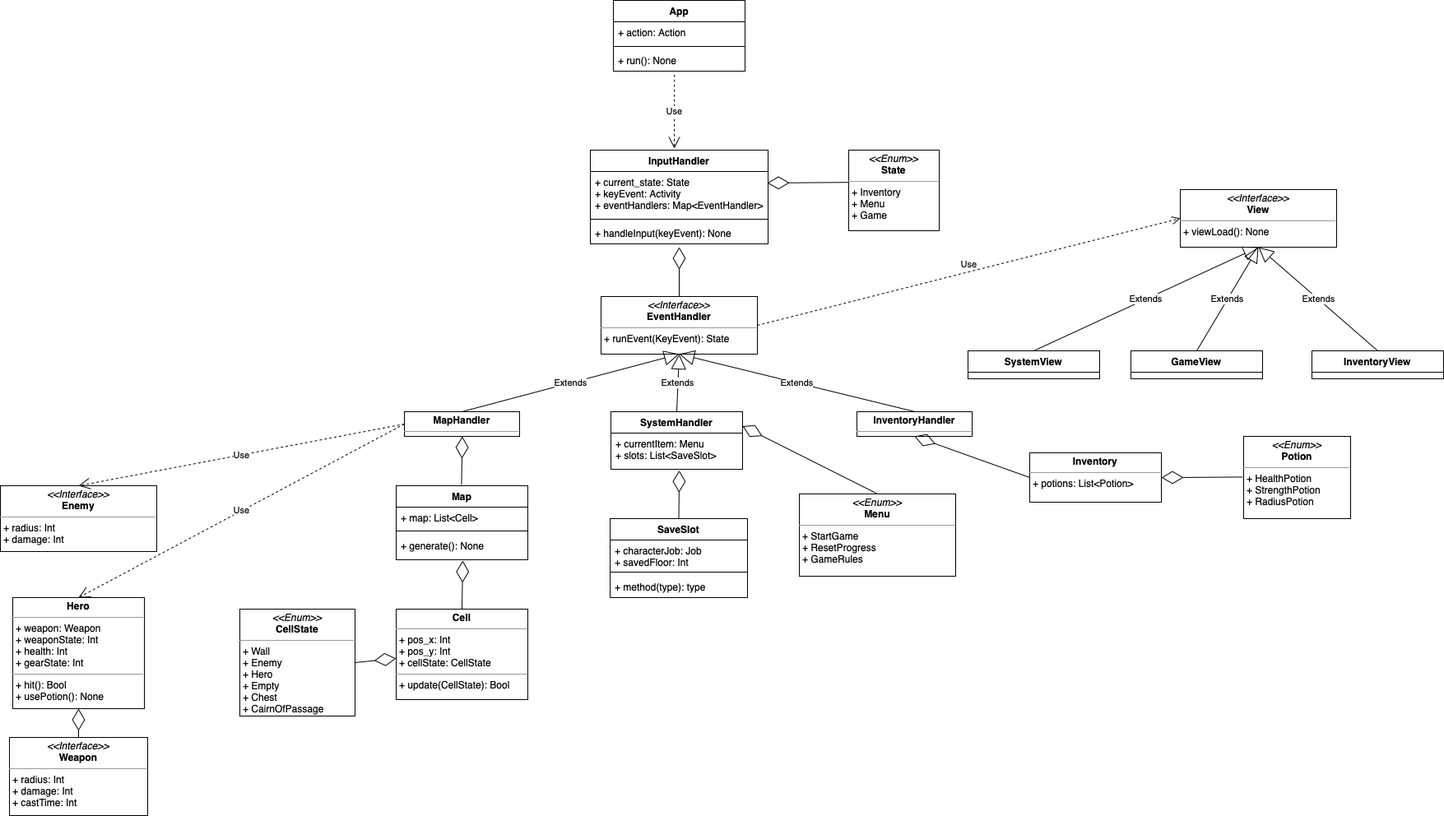
eshelukhina/HSE2022-RogueLike keeps this draw.io diagram as resources/classes.png. Above is the earlier version. Source tidied: cells renumbered, new cells last; positions are measured from the earlier drawing's top-left corner, leaving out a move shared by most shapes.
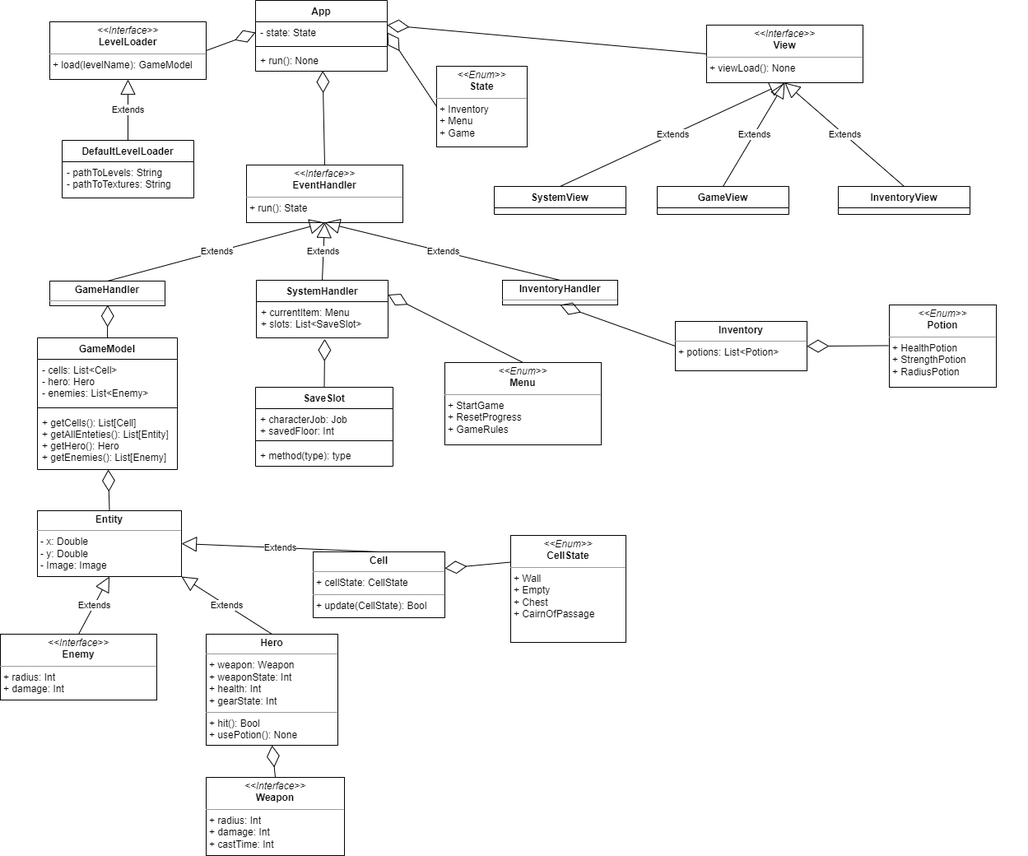
The same diagram one commit later.

Diff of the diagram source:
```diff
@@ -5,5 +5,5 @@
     <mxCell id="2" value="App" style="swimlane;fontStyle=1;align=center;verticalAlign=top;horizontal=1;startSize=26;" parent="1" vertex="1">
-      <mxGeometry x="745" width="160" height="86" as="geometry" />
+      <mxGeometry x="741" y="160" width="160" height="86" as="geometry" />
     </mxCell>
-    <mxCell id="3" value="+ action: Action" style="text;strokeColor=none;fillColor=none;align=left;verticalAlign=top;spacingLeft=4;spacingRight=4;overflow=hidden;points=[[0,0.5],[1,0.5]];portConstraint=eastwest;" parent="2" vertex="1">
+    <mxCell id="3" value="- state: State" style="text;strokeColor=none;fillColor=none;align=left;verticalAlign=top;spacingLeft=4;spacingRight=4;overflow=hidden;points=[[0,0.5],[1,0.5]];portConstraint=eastwest;" parent="2" vertex="1">
       <mxGeometry y="26" width="160" height="26" as="geometry" />
@@ -16,18 +16,6 @@
     </mxCell>
-    <mxCell id="6" value="InputHandler" style="swimlane;fontStyle=1;align=center;verticalAlign=top;horizontal=1;startSize=26;" parent="1" vertex="1">
-      <mxGeometry x="717" y="182" width="216" height="114" as="geometry" />
-    </mxCell>
-    <mxCell id="7" value="+ current_state: State&#10;+ keyEvent: Activity&#10;+ eventHandlers: Map&lt;EventHandler&gt;&#10;&#10;" style="text;strokeColor=none;fillColor=none;align=left;verticalAlign=top;spacingLeft=4;spacingRight=4;overflow=hidden;points=[[0,0.5],[1,0.5]];portConstraint=eastwest;" parent="6" vertex="1">
-      <mxGeometry y="26" width="216" height="54" as="geometry" />
-    </mxCell>
-    <mxCell id="8" style="line;strokeWidth=1;fillColor=none;align=left;verticalAlign=middle;spacingTop=-1;spacingLeft=3;spacingRight=3;labelPosition=right;" parent="6" vertex="1">
-      <mxGeometry y="80" width="216" height="8" as="geometry" />
-    </mxCell>
-    <mxCell id="9" value="+ handleInput(keyEvent): None" style="text;strokeColor=none;fillColor=none;align=left;verticalAlign=top;spacingLeft=4;spacingRight=4;overflow=hidden;points=[[0,0.5],[1,0.5]];portConstraint=eastwest;" parent="6" vertex="1">
-      <mxGeometry y="88" width="216" height="26" as="geometry" />
-    </mxCell>
     <mxCell id="10" value="&lt;p style=&quot;margin: 0px ; margin-top: 4px ; text-align: center&quot;&gt;&lt;i&gt;&amp;lt;&amp;lt;Enum&amp;gt;&amp;gt;&lt;/i&gt;&lt;br&gt;&lt;b&gt;State&lt;/b&gt;&lt;/p&gt;&lt;hr size=&quot;1&quot;&gt;&lt;p style=&quot;margin: 0px ; margin-left: 4px&quot;&gt;+ Inventory&lt;br&gt;+ Menu&lt;/p&gt;&lt;p style=&quot;margin: 0px ; margin-left: 4px&quot;&gt;+ Game&lt;/p&gt;&lt;p style=&quot;margin: 0px ; margin-left: 4px&quot;&gt;&lt;br&gt;&lt;br&gt;&lt;/p&gt;" style="verticalAlign=top;align=left;overflow=fill;fontSize=12;fontFamily=Helvetica;html=1;" parent="1" vertex="1">
-      <mxGeometry x="1031" y="182" width="110" height="98" as="geometry" />
+      <mxGeometry x="961" y="240" width="110" height="98" as="geometry" />
     </mxCell>
-    <mxCell id="11" value="&lt;p style=&quot;margin: 0px ; margin-top: 4px ; text-align: center&quot;&gt;&lt;i&gt;&amp;lt;&amp;lt;Interface&amp;gt;&amp;gt;&lt;/i&gt;&lt;br&gt;&lt;b&gt;EventHandler&lt;/b&gt;&lt;/p&gt;&lt;hr size=&quot;1&quot;&gt;&lt;p style=&quot;margin: 0px ; margin-left: 4px&quot;&gt;+ runEvent(KeyEvent): State&lt;/p&gt;" style="verticalAlign=top;align=left;overflow=fill;fontSize=12;fontFamily=Helvetica;html=1;" parent="1" vertex="1">
+    <mxCell id="11" value="&lt;p style=&quot;margin: 0px ; margin-top: 4px ; text-align: center&quot;&gt;&lt;i&gt;&amp;lt;&amp;lt;Interface&amp;gt;&amp;gt;&lt;/i&gt;&lt;br&gt;&lt;b&gt;EventHandler&lt;/b&gt;&lt;/p&gt;&lt;hr size=&quot;1&quot;&gt;&lt;p style=&quot;margin: 0px ; margin-left: 4px&quot;&gt;+ run(): State&lt;/p&gt;" style="verticalAlign=top;align=left;overflow=fill;fontSize=12;fontFamily=Helvetica;html=1;" parent="1" vertex="1">
       <mxGeometry x="730" y="360" width="190" height="70" as="geometry" />
@@ -37,22 +25,22 @@
     </mxCell>
-    <mxCell id="13" value="&lt;p style=&quot;margin: 0px ; margin-top: 4px ; text-align: center&quot;&gt;&lt;b&gt;MapHandler&lt;/b&gt;&lt;/p&gt;&lt;hr size=&quot;1&quot;&gt;&lt;div style=&quot;height: 2px&quot;&gt;&lt;/div&gt;" style="verticalAlign=top;align=left;overflow=fill;fontSize=12;fontFamily=Helvetica;html=1;" parent="1" vertex="1">
-      <mxGeometry x="491" y="500" width="140" height="30" as="geometry" />
+    <mxCell id="13" value="&lt;p style=&quot;margin: 0px ; margin-top: 4px ; text-align: center&quot;&gt;&lt;b&gt;GameHandler&lt;/b&gt;&lt;/p&gt;&lt;hr size=&quot;1&quot;&gt;&lt;div style=&quot;height: 2px&quot;&gt;&lt;/div&gt;" style="verticalAlign=top;align=left;overflow=fill;fontSize=12;fontFamily=Helvetica;html=1;" parent="1" vertex="1">
+      <mxGeometry x="491" y="501" width="140" height="30" as="geometry" />
     </mxCell>
-    <mxCell id="14" value="Map" style="swimlane;fontStyle=1;align=center;verticalAlign=top;horizontal=1;startSize=26;" parent="1" vertex="1">
-      <mxGeometry x="481" y="590" width="160" height="90" as="geometry" />
+    <mxCell id="14" value="GameModel" style="swimlane;fontStyle=1;align=center;verticalAlign=top;horizontal=1;startSize=26;" parent="1" vertex="1">
+      <mxGeometry x="476" y="570" width="170" height="160" as="geometry" />
     </mxCell>
-    <mxCell id="15" value="+ map: List&lt;Cell&gt;" style="text;strokeColor=none;fillColor=none;align=left;verticalAlign=top;spacingLeft=4;spacingRight=4;overflow=hidden;" parent="14" vertex="1">
-      <mxGeometry y="26" width="160" height="24" as="geometry" />
+    <mxCell id="15" value="- cells: List&lt;Cell&gt;&#10;- hero: Hero&#10;- enemies: List&lt;Enemy&gt;" style="text;strokeColor=none;fillColor=none;align=left;verticalAlign=top;spacingLeft=4;spacingRight=4;overflow=hidden;" parent="14" vertex="1">
+      <mxGeometry y="26" width="170" height="54" as="geometry" />
     </mxCell>
     <mxCell id="16" style="line;strokeWidth=1;fillColor=none;align=left;verticalAlign=middle;spacingTop=-1;spacingLeft=3;spacingRight=3;labelPosition=right;" parent="14" vertex="1">
-      <mxGeometry y="50" width="160" height="10" as="geometry" />
+      <mxGeometry y="80" width="170" height="10" as="geometry" />
     </mxCell>
-    <mxCell id="17" value="+ generate(): None&#10;" style="text;strokeColor=none;fillColor=none;align=left;verticalAlign=top;spacingLeft=4;spacingRight=4;overflow=hidden;points=[[0,0.5],[1,0.5]];portConstraint=eastwest;" parent="14" vertex="1">
-      <mxGeometry y="60" width="160" height="30" as="geometry" />
+    <mxCell id="17" value="+ getCells(): List[Cell]&#10;+ getAllEnteties(): List[Entity]&#10;+ getHero(): Hero&#10;+ getEnemies(): List[Enemy]" style="text;strokeColor=none;fillColor=none;align=left;verticalAlign=top;spacingLeft=4;spacingRight=4;overflow=hidden;points=[[0,0.5],[1,0.5]];portConstraint=eastwest;" parent="14" vertex="1">
+      <mxGeometry y="90" width="170" height="70" as="geometry" />
     </mxCell>
-    <mxCell id="18" value="&lt;p style=&quot;margin: 0px ; margin-top: 4px ; text-align: center&quot;&gt;&lt;b&gt;Cell&lt;/b&gt;&lt;/p&gt;&lt;hr size=&quot;1&quot;&gt;&lt;p style=&quot;margin: 0px ; margin-left: 4px&quot;&gt;+ pos_x: Int&lt;/p&gt;&lt;p style=&quot;margin: 0px ; margin-left: 4px&quot;&gt;+ pos_y: Int&lt;/p&gt;&lt;p style=&quot;margin: 0px ; margin-left: 4px&quot;&gt;+ cellState: CellState&lt;/p&gt;&lt;hr size=&quot;1&quot;&gt;&lt;p style=&quot;margin: 0px ; margin-left: 4px&quot;&gt;+ update(CellState): Bool&lt;/p&gt;" style="verticalAlign=top;align=left;overflow=fill;fontSize=12;fontFamily=Helvetica;html=1;" parent="1" vertex="1">
-      <mxGeometry x="481" y="740" width="160" height="110" as="geometry" />
+    <mxCell id="18" value="&lt;p style=&quot;margin: 0px ; margin-top: 4px ; text-align: center&quot;&gt;&lt;b&gt;Cell&lt;/b&gt;&lt;/p&gt;&lt;hr size=&quot;1&quot;&gt;&lt;p style=&quot;margin: 0px ; margin-left: 4px&quot;&gt;&lt;span&gt;+ cellState: CellState&lt;/span&gt;&lt;br&gt;&lt;/p&gt;&lt;hr size=&quot;1&quot;&gt;&lt;p style=&quot;margin: 0px ; margin-left: 4px&quot;&gt;+ update(CellState): Bool&lt;/p&gt;" style="verticalAlign=top;align=left;overflow=fill;fontSize=12;fontFamily=Helvetica;html=1;" parent="1" vertex="1">
+      <mxGeometry x="811" y="830" width="160" height="80" as="geometry" />
     </mxCell>
-    <mxCell id="19" value="&lt;p style=&quot;margin: 0px ; margin-top: 4px ; text-align: center&quot;&gt;&lt;i&gt;&amp;lt;&amp;lt;Enum&amp;gt;&amp;gt;&lt;/i&gt;&lt;br&gt;&lt;b&gt;CellState&lt;/b&gt;&lt;/p&gt;&lt;hr size=&quot;1&quot;&gt;&lt;p style=&quot;margin: 0px ; margin-left: 4px&quot;&gt;+ Wall&lt;br&gt;+ Enemy&lt;/p&gt;&lt;p style=&quot;margin: 0px ; margin-left: 4px&quot;&gt;+ Hero&lt;/p&gt;&lt;p style=&quot;margin: 0px ; margin-left: 4px&quot;&gt;+ Empty&lt;/p&gt;&lt;p style=&quot;margin: 0px ; margin-left: 4px&quot;&gt;+ Chest&lt;/p&gt;&lt;p style=&quot;margin: 0px ; margin-left: 4px&quot;&gt;+ CairnOfPassage&lt;/p&gt;&lt;p style=&quot;margin: 0px ; margin-left: 4px&quot;&gt;&lt;br&gt;&lt;/p&gt;" style="verticalAlign=top;align=left;overflow=fill;fontSize=12;fontFamily=Helvetica;html=1;" parent="1" vertex="1">
-      <mxGeometry x="291" y="740" width="140" height="130" as="geometry" />
+    <mxCell id="19" value="&lt;p style=&quot;margin: 0px ; margin-top: 4px ; text-align: center&quot;&gt;&lt;i&gt;&amp;lt;&amp;lt;Enum&amp;gt;&amp;gt;&lt;/i&gt;&lt;br&gt;&lt;b&gt;CellState&lt;/b&gt;&lt;/p&gt;&lt;hr size=&quot;1&quot;&gt;&lt;p style=&quot;margin: 0px ; margin-left: 4px&quot;&gt;+ Wall&lt;br&gt;&lt;/p&gt;&lt;p style=&quot;margin: 0px ; margin-left: 4px&quot;&gt;+ Empty&lt;/p&gt;&lt;p style=&quot;margin: 0px ; margin-left: 4px&quot;&gt;+ Chest&lt;/p&gt;&lt;p style=&quot;margin: 0px ; margin-left: 4px&quot;&gt;+ CairnOfPassage&lt;/p&gt;&lt;p style=&quot;margin: 0px ; margin-left: 4px&quot;&gt;&lt;br&gt;&lt;/p&gt;" style="verticalAlign=top;align=left;overflow=fill;fontSize=12;fontFamily=Helvetica;html=1;" parent="1" vertex="1">
+      <mxGeometry x="1051" y="810" width="140" height="130" as="geometry" />
     </mxCell>
@@ -80,18 +68,13 @@
     <mxCell id="27" value="&lt;p style=&quot;margin: 0px ; margin-top: 4px ; text-align: center&quot;&gt;&lt;i&gt;&amp;lt;&amp;lt;Interface&amp;gt;&amp;gt;&lt;/i&gt;&lt;br&gt;&lt;b&gt;Enemy&lt;/b&gt;&lt;/p&gt;&lt;hr size=&quot;1&quot;&gt;&lt;p style=&quot;margin: 0px ; margin-left: 4px&quot;&gt;+ radius: Int&lt;br&gt;+ damage: Int&lt;/p&gt;" style="verticalAlign=top;align=left;overflow=fill;fontSize=12;fontFamily=Helvetica;html=1;" parent="1" vertex="1">
-      <mxGeometry y="590" width="190" height="80" as="geometry" />
+      <mxGeometry x="431" y="930" width="190" height="80" as="geometry" />
     </mxCell>
     <mxCell id="28" value="&lt;p style=&quot;margin: 0px ; margin-top: 4px ; text-align: center&quot;&gt;&lt;b&gt;Hero&lt;/b&gt;&lt;/p&gt;&lt;hr size=&quot;1&quot;&gt;&lt;p style=&quot;margin: 0px ; margin-left: 4px&quot;&gt;+ weapon: Weapon&lt;/p&gt;&lt;p style=&quot;margin: 0px ; margin-left: 4px&quot;&gt;+ weaponState: Int&lt;/p&gt;&lt;p style=&quot;margin: 0px ; margin-left: 4px&quot;&gt;+ health: Int&lt;/p&gt;&lt;p style=&quot;margin: 0px ; margin-left: 4px&quot;&gt;+ gearState: Int&lt;/p&gt;&lt;hr size=&quot;1&quot;&gt;&lt;p style=&quot;margin: 0px ; margin-left: 4px&quot;&gt;+ hit(): Bool&lt;/p&gt;&lt;p style=&quot;margin: 0px ; margin-left: 4px&quot;&gt;+ usePotion(): None&lt;/p&gt;" style="verticalAlign=top;align=left;overflow=fill;fontSize=12;fontFamily=Helvetica;html=1;" parent="1" vertex="1">
-      <mxGeometry x="15" y="726" width="160" height="135" as="geometry" />
+      <mxGeometry x="681" y="930" width="160" height="135" as="geometry" />
     </mxCell>
     <mxCell id="29" value="&lt;p style=&quot;margin: 0px ; margin-top: 4px ; text-align: center&quot;&gt;&lt;i&gt;&amp;lt;&amp;lt;Interface&amp;gt;&amp;gt;&lt;/i&gt;&lt;br&gt;&lt;b&gt;Weapon&lt;/b&gt;&lt;/p&gt;&lt;hr size=&quot;1&quot;&gt;&lt;p style=&quot;margin: 0px ; margin-left: 4px&quot;&gt;+ radius: Int&lt;br&gt;+ damage: Int&lt;/p&gt;&lt;p style=&quot;margin: 0px ; margin-left: 4px&quot;&gt;+ castTime: Int&lt;/p&gt;&lt;p style=&quot;margin: 0px ; margin-left: 4px&quot;&gt;&lt;br&gt;&lt;/p&gt;" style="verticalAlign=top;align=left;overflow=fill;fontSize=12;fontFamily=Helvetica;html=1;" parent="1" vertex="1">
-      <mxGeometry x="11" y="896" width="168" height="95" as="geometry" />
+      <mxGeometry x="681" y="1104" width="168" height="95" as="geometry" />
     </mxCell>
-    <mxCell id="30" style="endArrow=diamondThin;endFill=0;endSize=24;html=1;rounded=0;entryX=0.5;entryY=1.154;entryDx=0;entryDy=0;entryPerimeter=0;exitX=0.5;exitY=0;exitDx=0;exitDy=0;" parent="1" edge="1" source="11" target="9">
+    <mxCell id="30" style="endArrow=diamondThin;endFill=0;endSize=24;html=1;rounded=0;entryX=0.51;entryY=0.983;entryDx=0;entryDy=0;entryPerimeter=0;exitX=0.5;exitY=0;exitDx=0;exitDy=0;" parent="1" edge="1" source="11" target="5">
       <mxGeometry relative="1" as="geometry" />
     </mxCell>
-    <mxCell id="31" value="Use" style="endArrow=open;endSize=12;dashed=1;html=1;rounded=0;exitX=0.464;exitY=1.161;exitDx=0;exitDy=0;exitPerimeter=0;" parent="1" edge="1" source="5">
-      <mxGeometry relative="1" as="geometry">
-        <mxPoint x="819" y="180" as="targetPoint" />
-      </mxGeometry>
-    </mxCell>
     <mxCell id="32" value="Extends" style="endArrow=block;endSize=16;endFill=0;html=1;rounded=0;entryX=0.5;entryY=1;entryDx=0;entryDy=0;exitX=0.5;exitY=0;exitDx=0;exitDy=0;" parent="1" edge="1" source="25" target="11">
@@ -102,5 +85,2 @@
     </mxCell>
-    <mxCell id="34" style="endArrow=diamondThin;endFill=0;endSize=24;html=1;rounded=0;entryX=0.996;entryY=0.258;entryDx=0;entryDy=0;exitX=0;exitY=0.4;exitDx=0;exitDy=0;exitPerimeter=0;entryPerimeter=0;" parent="1" edge="1" source="10" target="7">
-      <mxGeometry relative="1" as="geometry" />
-    </mxCell>
     <mxCell id="35" value="Extends" style="endArrow=block;endSize=16;endFill=0;html=1;rounded=0;entryX=0.5;entryY=1;entryDx=0;entryDy=0;exitX=0.5;exitY=0;exitDx=0;exitDy=0;" parent="1" edge="1" source="12" target="11">
@@ -126,12 +106,4 @@
     </mxCell>
-    <mxCell id="41" style="endArrow=diamondThin;endFill=0;endSize=24;html=1;rounded=0;entryX=0;entryY=0.5;entryDx=0;entryDy=0;exitX=1;exitY=0.5;exitDx=0;exitDy=0;" parent="1" edge="1" source="19">
-      <mxGeometry relative="1" as="geometry">
-        <mxPoint x="481" y="800" as="targetPoint" />
-      </mxGeometry>
-    </mxCell>
-    <mxCell id="42" value="Use" style="html=1;verticalAlign=bottom;endArrow=open;dashed=1;endSize=8;rounded=0;exitX=1;exitY=0.5;exitDx=0;exitDy=0;entryX=0;entryY=0.5;entryDx=0;entryDy=0;" parent="1" edge="1" source="11" target="45">
-      <mxGeometry relative="1" as="geometry" />
-    </mxCell>
     <mxCell id="43" style="group;" parent="1" vertex="1">
-      <mxGeometry x="1176" y="230" width="578" height="230" as="geometry" />
+      <mxGeometry x="1031" y="190" width="578" height="230" as="geometry" />
     </mxCell>
@@ -167,8 +139,4 @@
     </mxCell>
-    <mxCell id="54" style="endArrow=diamondThin;endFill=0;endSize=24;html=1;rounded=0;entryX=0.506;entryY=1.033;entryDx=0;entryDy=0;exitX=0.5;exitY=0;exitDx=0;exitDy=0;entryPerimeter=0;" parent="1" edge="1" source="18" target="17">
-      <mxGeometry relative="1" as="geometry" />
-    </mxCell>
-    <mxCell id="55" style="endArrow=diamondThin;endFill=0;endSize=24;html=1;rounded=0;entryX=0.506;entryY=1.033;entryDx=0;entryDy=0;exitX=0.5;exitY=0;exitDx=0;exitDy=0;entryPerimeter=0;" parent="1" edge="1">
+    <mxCell id="55" style="endArrow=diamondThin;endFill=0;endSize=24;html=1;rounded=0;entryX=0.506;entryY=1.033;entryDx=0;entryDy=0;exitX=0.5;exitY=0;exitDx=0;exitDy=0;entryPerimeter=0;" parent="1" edge="1" source="14">
       <mxGeometry relative="1" as="geometry">
-        <mxPoint x="560.4" y="589" as="sourcePoint" />
         <mxPoint x="561.4" y="530" as="targetPoint" />
@@ -176,8 +144,43 @@
     </mxCell>
-    <mxCell id="56" value="Use" style="endArrow=open;endSize=12;dashed=1;html=1;rounded=0;exitX=0;exitY=0.5;exitDx=0;exitDy=0;entryX=0.5;entryY=0;entryDx=0;entryDy=0;" parent="1" edge="1" source="13" target="27">
-      <mxGeometry relative="1" as="geometry" />
-    </mxCell>
-    <mxCell id="57" value="Use" style="endArrow=open;endSize=12;dashed=1;html=1;rounded=0;exitX=0;exitY=0.5;exitDx=0;exitDy=0;entryX=0.5;entryY=0;entryDx=0;entryDy=0;" parent="1" edge="1" source="13" target="28">
-      <mxGeometry relative="1" as="geometry" />
-    </mxCell>
+    <mxCell id="58" value="&lt;p style=&quot;margin: 0px ; margin-top: 4px ; text-align: center&quot;&gt;&lt;i&gt;&amp;lt;&amp;lt;Interface&amp;gt;&amp;gt;&lt;/i&gt;&lt;br&gt;&lt;b&gt;LevelLoader&lt;/b&gt;&lt;/p&gt;&lt;hr size=&quot;1&quot;&gt;&lt;p style=&quot;margin: 0px ; margin-left: 4px&quot;&gt;+ load(levelName): GameModel&lt;/p&gt;" style="verticalAlign=top;align=left;overflow=fill;fontSize=12;fontFamily=Helvetica;html=1;" parent="1" vertex="1">
+      <mxGeometry x="491" y="186" width="190" height="70" as="geometry" />
+    </mxCell>
+    <mxCell id="59" value="DefaultLevelLoader" style="swimlane;fontStyle=1;align=center;verticalAlign=top;horizontal=1;startSize=26;" parent="1" vertex="1">
+      <mxGeometry x="506" y="330" width="160" height="70" as="geometry" />
+    </mxCell>
+    <mxCell id="60" value="- pathToLevels: String&#10;- pathToTextures: String&#10;" style="text;strokeColor=none;fillColor=none;align=left;verticalAlign=top;spacingLeft=4;spacingRight=4;overflow=hidden;" parent="59" vertex="1">
+      <mxGeometry y="26" width="160" height="44" as="geometry" />
+    </mxCell>
+    <mxCell id="61" value="Extends" style="endArrow=block;endSize=16;endFill=0;html=1;rounded=0;entryX=0.5;entryY=1;entryDx=0;entryDy=0;exitX=0.5;exitY=0;exitDx=0;exitDy=0;" parent="1" edge="1" source="59" target="58">
+      <mxGeometry relative="1" as="geometry" />
+    </mxCell>
+    <mxCell id="62" value="&lt;p style=&quot;margin: 0px ; margin-top: 4px ; text-align: center&quot;&gt;&lt;b&gt;Entity&lt;/b&gt;&lt;/p&gt;&lt;hr size=&quot;1&quot;&gt;&lt;p style=&quot;margin: 0px ; margin-left: 4px&quot;&gt;- x: Double&lt;/p&gt;&lt;p style=&quot;margin: 0px ; margin-left: 4px&quot;&gt;- y: Double&lt;/p&gt;&lt;p style=&quot;margin: 0px ; margin-left: 4px&quot;&gt;- Image: Image&lt;/p&gt;" style="verticalAlign=top;align=left;overflow=fill;fontSize=12;fontFamily=Helvetica;html=1;" parent="1" vertex="1">
+      <mxGeometry x="476" y="780" width="175" height="80" as="geometry" />
+    </mxCell>
+    <mxCell id="63" style="endArrow=diamondThin;endFill=0;endSize=24;html=1;rounded=0;exitX=1;exitY=0.5;exitDx=0;exitDy=0;entryX=0;entryY=0.5;entryDx=0;entryDy=0;" parent="1" edge="1" source="58" target="3">
+      <mxGeometry relative="1" as="geometry" />
+    </mxCell>
+    <mxCell id="64" style="endArrow=diamondThin;endFill=0;endSize=24;html=1;rounded=0;exitX=0;exitY=0.5;exitDx=0;exitDy=0;" parent="1" edge="1" source="45">
+      <mxGeometry relative="1" as="geometry">
+        <mxPoint x="901" y="190" as="targetPoint" />
+      </mxGeometry>
+    </mxCell>
+    <mxCell id="65" style="endArrow=diamondThin;endFill=0;endSize=24;html=1;rounded=0;exitX=0;exitY=0.5;exitDx=0;exitDy=0;entryX=1;entryY=0.5;entryDx=0;entryDy=0;" parent="1" edge="1" source="10" target="3">
+      <mxGeometry relative="1" as="geometry" />
+    </mxCell>
+    <mxCell id="66" value="Extends" style="endArrow=block;endSize=16;endFill=0;html=1;rounded=0;entryX=0.5;entryY=1;entryDx=0;entryDy=0;exitX=0.5;exitY=0;exitDx=0;exitDy=0;" parent="1" edge="1" source="27" target="62">
+      <mxGeometry relative="1" as="geometry" />
+    </mxCell>
+    <mxCell id="67" value="Extends" style="endArrow=block;endSize=16;endFill=0;html=1;rounded=0;entryX=1;entryY=1;entryDx=0;entryDy=0;exitX=0.5;exitY=0;exitDx=0;exitDy=0;" parent="1" edge="1" source="28" target="62">
+      <mxGeometry relative="1" as="geometry" />
+    </mxCell>
+    <mxCell id="68" style="endArrow=diamondThin;endFill=0;endSize=24;html=1;rounded=0;exitX=0;exitY=0.25;exitDx=0;exitDy=0;entryX=1;entryY=0.25;entryDx=0;entryDy=0;" parent="1" edge="1" source="19" target="18">
+      <mxGeometry relative="1" as="geometry" />
+    </mxCell>
+    <mxCell id="69" value="Extends" style="endArrow=block;endSize=16;endFill=0;html=1;rounded=0;entryX=1;entryY=0.5;entryDx=0;entryDy=0;exitX=0.5;exitY=0;exitDx=0;exitDy=0;" parent="1" edge="1" source="18" target="62">
+      <mxGeometry relative="1" as="geometry" />
+    </mxCell>
+    <mxCell id="70" style="endArrow=diamondThin;endFill=0;endSize=24;html=1;rounded=0;exitX=0.5;exitY=0;exitDx=0;exitDy=0;" parent="1" edge="1" source="62" target="17">
+      <mxGeometry relative="1" as="geometry" />
+    </mxCell>
   </root>
```
